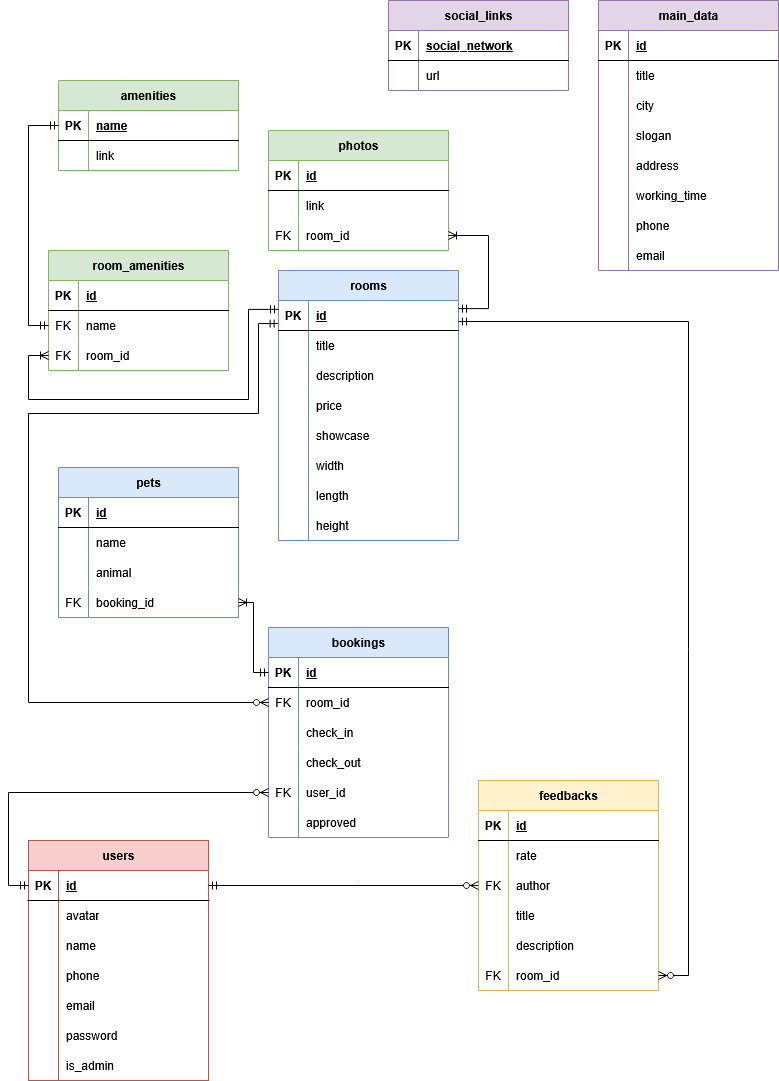
rexxless/koteika keeps this draw.io diagram as БД котейка.drawio.png. Above is the earlier version. Source tidied: cells renumbered, new cells last; positions are measured from the earlier drawing's top-left corner, leaving out a move shared by most shapes.
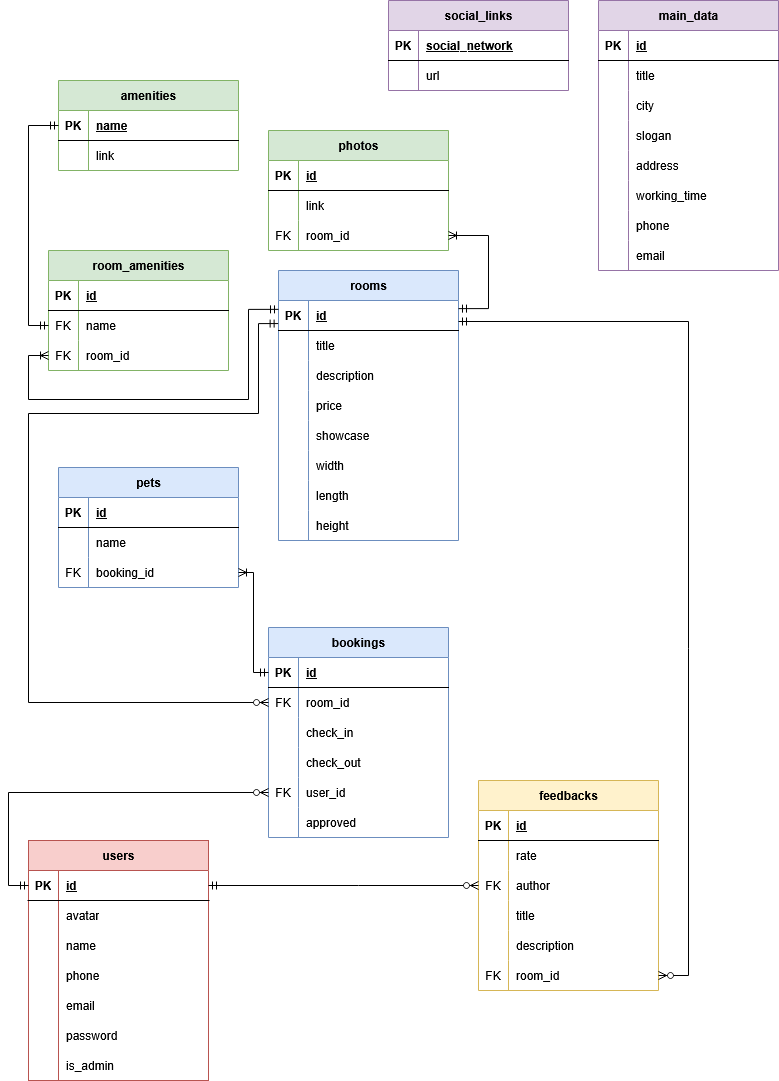
Above is the later version.

Diff of the diagram source:
```diff
@@ -414,7 +414,7 @@
       <mxGeometry x="30" width="150" height="30" as="geometry" />
     </mxCell>
     <mxCell id="139" value="pets" style="shape=table;startSize=30;rowLines=0;fontStyle=1;align=center;html=1;fillColor=#dae8fc;strokeColor=#6c8ebf;swimlaneFillColor=#FFFFFF;" parent="1" vertex="1">
-      <mxGeometry x="50" y="467" width="180" height="150" as="geometry" />
+      <mxGeometry x="50" y="467" width="180" height="120" as="geometry" />
     </mxCell>
     <mxCell id="140" style="shape=tableRow;horizontal=0;startSize=0;swimlaneHead=0;swimlaneBody=0;fillColor=none;top=0;left=0;right=0;bottom=1;" parent="139" vertex="1">
       <mxGeometry y="30" width="180" height="30" as="geometry" />
@@ -434,17 +434,8 @@
     <mxCell id="145" value="name" style="shape=partialRectangle;fillColor=none;top=0;left=0;bottom=0;right=0;align=left;spacingLeft=6;overflow=hidden;whiteSpace=wrap;html=1;" parent="143" vertex="1">
       <mxGeometry x="30" width="150" height="30" as="geometry" />
     </mxCell>
-    <mxCell id="146" style="shape=tableRow;horizontal=0;startSize=0;swimlaneHead=0;swimlaneBody=0;fillColor=none;top=0;left=0;right=0;bottom=0;" parent="139" vertex="1">
-      <mxGeometry y="90" width="180" height="30" as="geometry" />
-    </mxCell>
-    <mxCell id="147" style="shape=partialRectangle;fillColor=none;top=0;left=0;bottom=0;right=0;overflow=hidden;" parent="146" vertex="1">
-      <mxGeometry width="30" height="30" as="geometry" />
-    </mxCell>
-    <mxCell id="148" value="animal" style="shape=partialRectangle;fillColor=none;top=0;left=0;bottom=0;right=0;align=left;spacingLeft=6;overflow=hidden;" parent="146" vertex="1">
-      <mxGeometry x="30" width="150" height="30" as="geometry" />
-    </mxCell>
     <mxCell id="149" style="shape=tableRow;horizontal=0;startSize=0;swimlaneHead=0;swimlaneBody=0;fillColor=none;points=[[0,0.5],[1,0.5]];portConstraint=eastwest;top=0;left=0;right=0;bottom=0;" parent="139" vertex="1">
-      <mxGeometry y="120" width="180" height="30" as="geometry" />
+      <mxGeometry y="90" width="180" height="30" as="geometry" />
     </mxCell>
     <mxCell id="150" value="FK" style="shape=partialRectangle;fillColor=none;top=0;left=0;bottom=0;right=0;overflow=hidden;whiteSpace=wrap;html=1;" parent="149" vertex="1">
       <mxGeometry width="30" height="30" as="geometry" />
@@ -490,7 +481,7 @@
       <mxGeometry relative="1" as="geometry">
         <Array as="points">
           <mxPoint x="245" y="672" />
-          <mxPoint x="245" y="602" />
+          <mxPoint x="245" y="572" />
         </Array>
       </mxGeometry>
     </mxCell>
```
